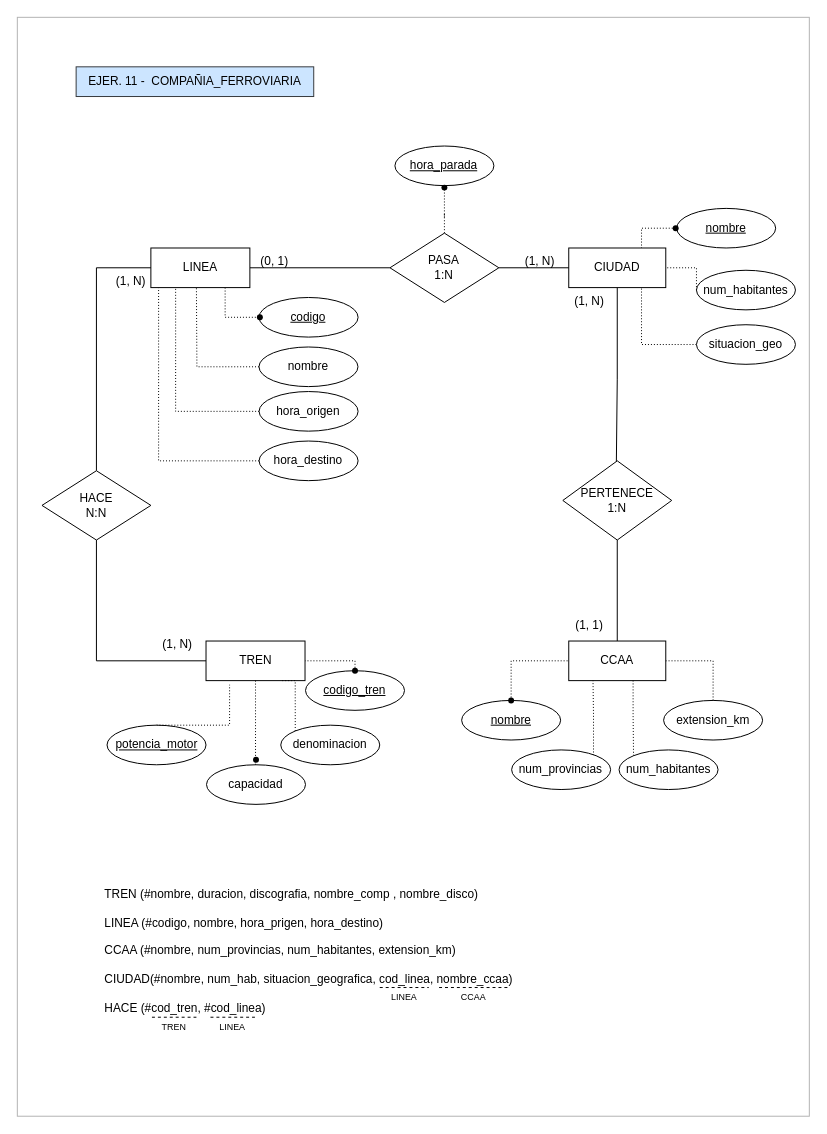
mdrp93/BASE-DE-DATOS keeps this draw.io diagram as ejer11_compañiaFerroviaria_code.drawio. Above is the earlier version. Source tidied: cells renumbered, new cells numbered last; positions are measured from the earlier drawing's top-left corner, leaving out a move shared by most shapes. Both pictures are drawn from the tidied source at 99%, with x=0, y=0 at pixel (17, 17).
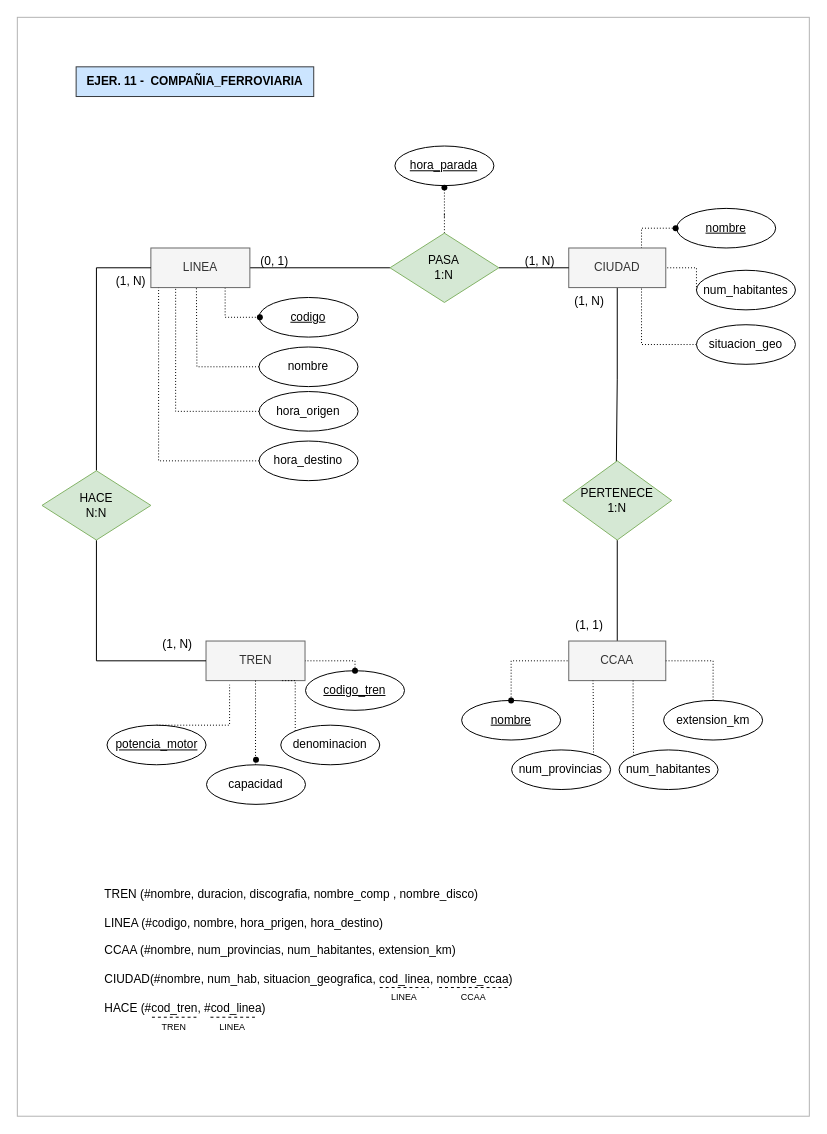
The same page after the edit.

Diff of the diagram source:
```diff
@@
-    <mxCell id="3" value="TREN" style="whiteSpace=wrap;html=1;align=center;" parent="1" vertex="1">
+    <mxCell id="3" value="TREN" style="whiteSpace=wrap;html=1;align=center;fillColor=#f5f5f5;fontColor=#333333;strokeColor=#666666;" parent="1" vertex="1">
       <mxGeometry x="190.6" y="630" width="100" height="40" as="geometry" />
     </mxCell>
@@
-    <mxCell id="5" value="CIUDAD" style="whiteSpace=wrap;html=1;align=center;" parent="1" vertex="1">
+    <mxCell id="5" value="CIUDAD" style="whiteSpace=wrap;html=1;align=center;fillColor=#f5f5f5;fontColor=#333333;strokeColor=#666666;" parent="1" vertex="1">
       <mxGeometry x="557" y="233" width="98" height="40" as="geometry" />
     </mxCell>
@@
-    <mxCell id="8" value="LINEA" style="whiteSpace=wrap;html=1;align=center;" parent="1" vertex="1">
+    <mxCell id="8" value="LINEA" style="whiteSpace=wrap;html=1;align=center;fillColor=#f5f5f5;fontColor=#333333;strokeColor=#666666;" parent="1" vertex="1">
       <mxGeometry x="134.9" y="233" width="100" height="40" as="geometry" />
     </mxCell>
@@
-    <mxCell id="12" value="&lt;font style=&quot;font-size: 12px;&quot;&gt;PASA&lt;br&gt;1:N&lt;/font&gt;" style="shape=rhombus;perimeter=rhombusPerimeter;whiteSpace=wrap;html=1;align=center;verticalAlign=middle;" parent="1" vertex="1">
+    <mxCell id="12" value="&lt;font style=&quot;font-size: 12px;&quot;&gt;PASA&lt;br&gt;1:N&lt;/font&gt;" style="shape=rhombus;perimeter=rhombusPerimeter;whiteSpace=wrap;html=1;align=center;verticalAlign=middle;fillColor=#d5e8d4;strokeColor=#82b366;" parent="1" vertex="1">
       <mxGeometry x="376.4" y="218" width="110" height="70" as="geometry" />
     </mxCell>
@@
-    <mxCell id="16" value="EJER. 11 -&amp;nbsp; COMPAÑIA_FERROVIARIA" style="text;html=1;align=center;verticalAlign=middle;strokeColor=#36393d;fillColor=#cce5ff;" parent="1" vertex="1">
+    <mxCell id="16" value="EJER. 11 -&amp;nbsp; COMPAÑIA_FERROVIARIA" style="text;html=1;align=center;verticalAlign=middle;strokeColor=#36393d;fillColor=#cce5ff;fontStyle=1;fontSize=12;" parent="1" vertex="1">
       <mxGeometry x="59.4" y="50" width="240" height="30" as="geometry" />
     </mxCell>
@@
-    <mxCell id="26" value="HACE&lt;br&gt;N:N" style="rhombus;whiteSpace=wrap;html=1;" parent="1" vertex="1">
+    <mxCell id="26" value="HACE&lt;br&gt;N:N" style="rhombus;whiteSpace=wrap;html=1;fillColor=#d5e8d4;strokeColor=#82b366;" parent="1" vertex="1">
       <mxGeometry x="24.9" y="458" width="110" height="70" as="geometry" />
     </mxCell>
@@
-    <mxCell id="42" value="CCAA" style="whiteSpace=wrap;html=1;align=center;" parent="1" vertex="1">
+    <mxCell id="42" value="CCAA" style="whiteSpace=wrap;html=1;align=center;fillColor=#f5f5f5;fontColor=#333333;strokeColor=#666666;" parent="1" vertex="1">
       <mxGeometry x="557" y="630" width="98" height="40" as="geometry" />
     </mxCell>
-    <mxCell id="43" value="PERTENECE&lt;br&gt;1:N" style="shape=rhombus;perimeter=rhombusPerimeter;whiteSpace=wrap;html=1;align=center;" parent="1" vertex="1">
+    <mxCell id="43" value="PERTENECE&lt;br&gt;1:N" style="shape=rhombus;perimeter=rhombusPerimeter;whiteSpace=wrap;html=1;align=center;fillColor=#d5e8d4;strokeColor=#82b366;" parent="1" vertex="1">
       <mxGeometry x="551" y="448" width="110" height="80" as="geometry" />
     </mxCell>
```
